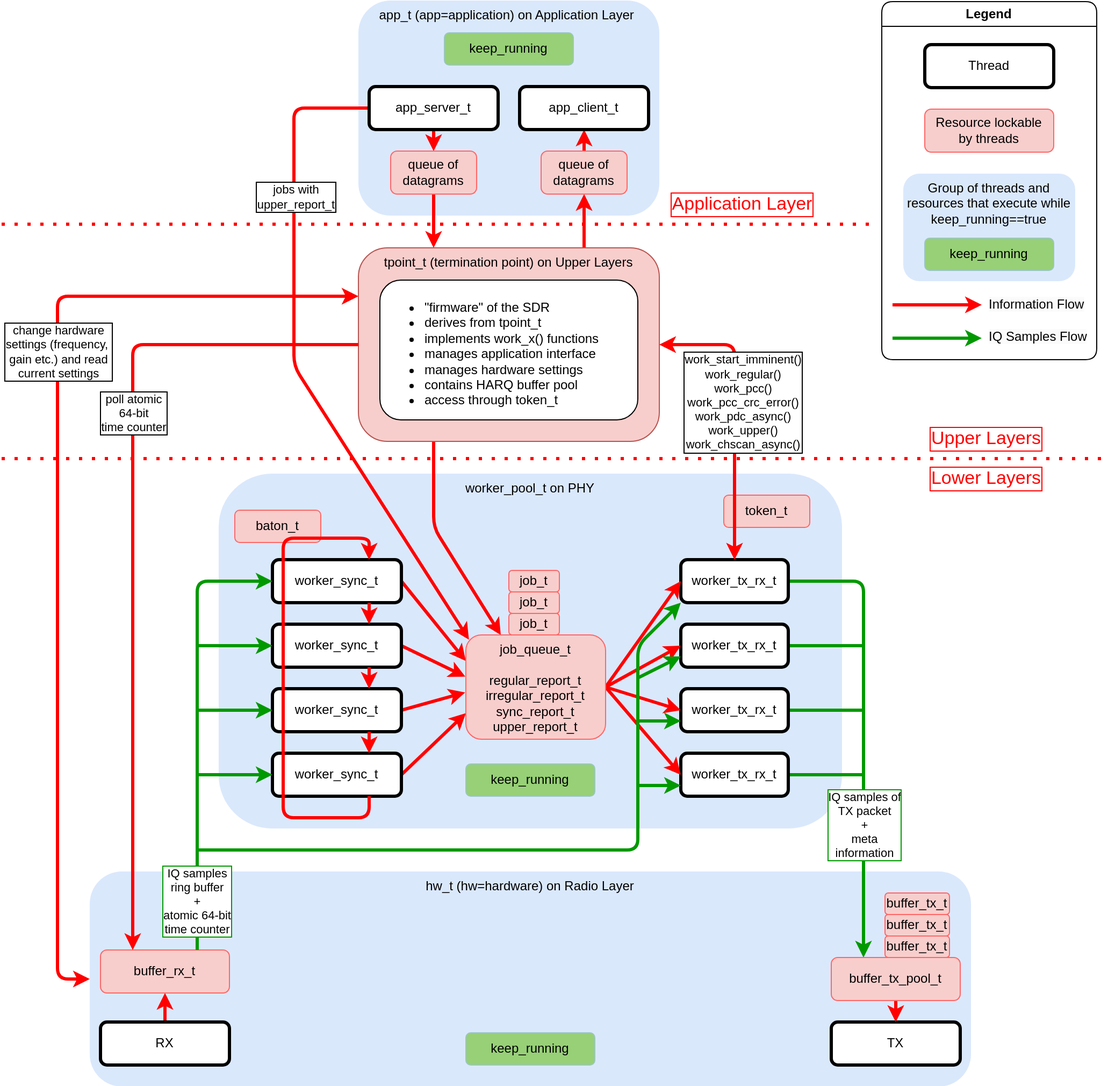
maxpenner/DECT-NR-Plus-SDR keeps this draw.io diagram as docs/sdr_architecture.drawio.png. Above is the earlier version. Source tidied: cells renumbered, new cells last; positions are measured from the earlier drawing's top-left corner, leaving out a move shared by most shapes.
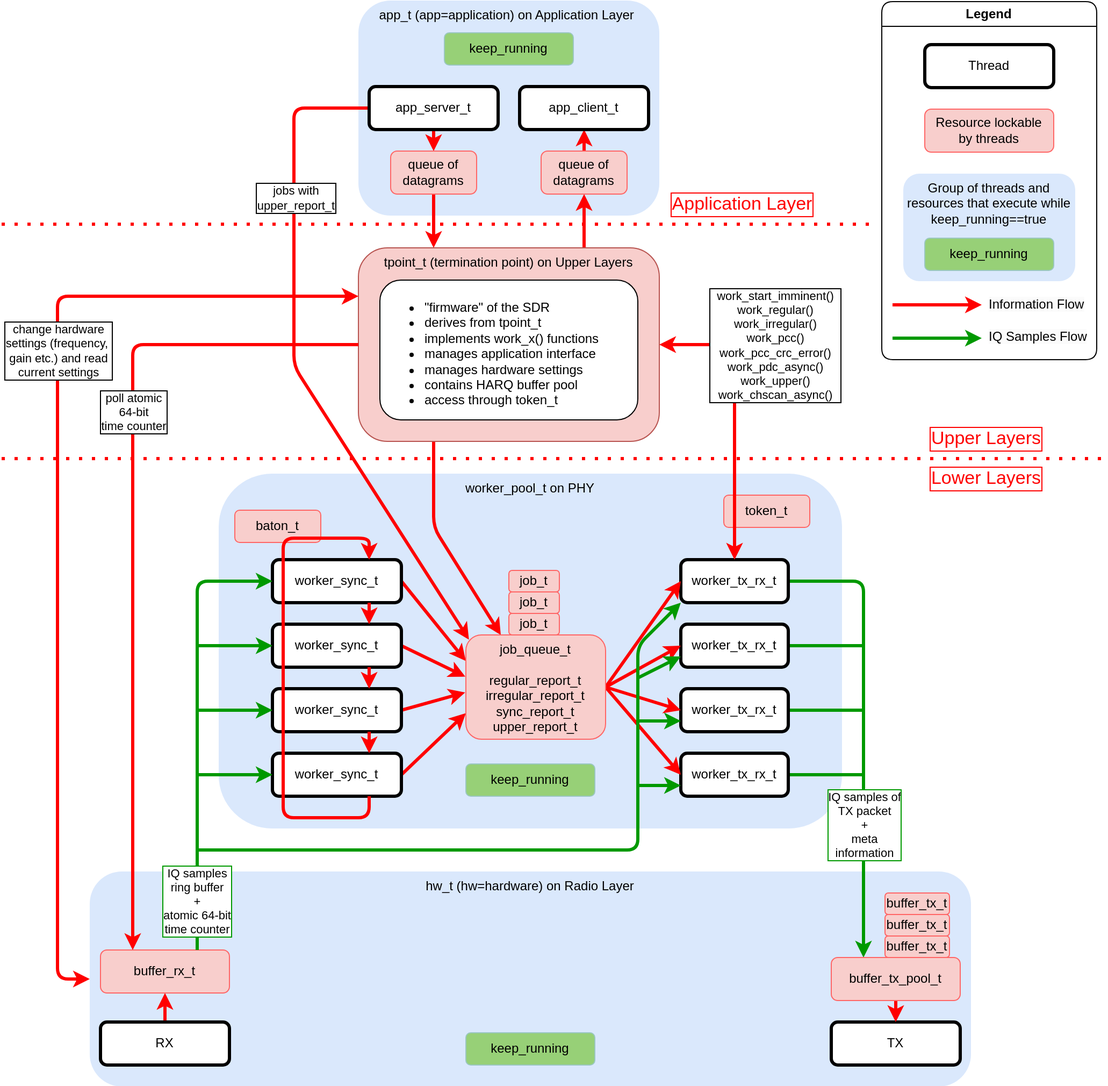
After the change.

Change to the diagram source:
```diff
@@ -210,9 +210,9 @@
         </Array>
       </mxGeometry>
     </mxCell>
-    <mxCell id="58" value="work_start_imminent()&lt;br style=&quot;border-color: var(--border-color);&quot;&gt;work_regular()&lt;br style=&quot;border-color: var(--border-color);&quot;&gt;work_pcc()&lt;div&gt;work_pcc_crc_error()&lt;br&gt;work_pdc_async()&lt;br style=&quot;border-color: var(--border-color);&quot;&gt;work_upper()&lt;br style=&quot;border-color: var(--border-color);&quot;&gt;work_chscan_async()&lt;/div&gt;" style="edgeLabel;html=1;align=center;verticalAlign=middle;labelBorderColor=default;rounded=1;" parent="57" vertex="1">
+    <mxCell id="58" value="&amp;nbsp; work_start_imminent()&amp;nbsp;&amp;nbsp;&lt;br style=&quot;border-color: var(--border-color);&quot;&gt;work_regular()&lt;div&gt;work_irregular()&lt;br style=&quot;border-color: var(--border-color);&quot;&gt;work_pcc()&lt;div&gt;work_pcc_crc_error()&lt;br&gt;work_pdc_async()&lt;br style=&quot;border-color: var(--border-color);&quot;&gt;work_upper()&lt;br style=&quot;border-color: var(--border-color);&quot;&gt;work_chscan_async()&lt;/div&gt;&lt;/div&gt;" style="edgeLabel;html=1;align=center;verticalAlign=middle;labelBorderColor=default;rounded=1;spacingTop=0;" parent="57" vertex="1">
       <mxGeometry x="0.21" relative="1" as="geometry">
-        <mxPoint x="7" y="16" as="offset" />
+        <mxPoint x="37" y="-36" as="offset" />
       </mxGeometry>
     </mxCell>
     <mxCell id="59" value="queue of datagrams" style="rounded=1;whiteSpace=wrap;html=1;fillColor=#f8cecc;strokeColor=#FF6666;strokeWidth=1;" parent="1" vertex="1">
```
